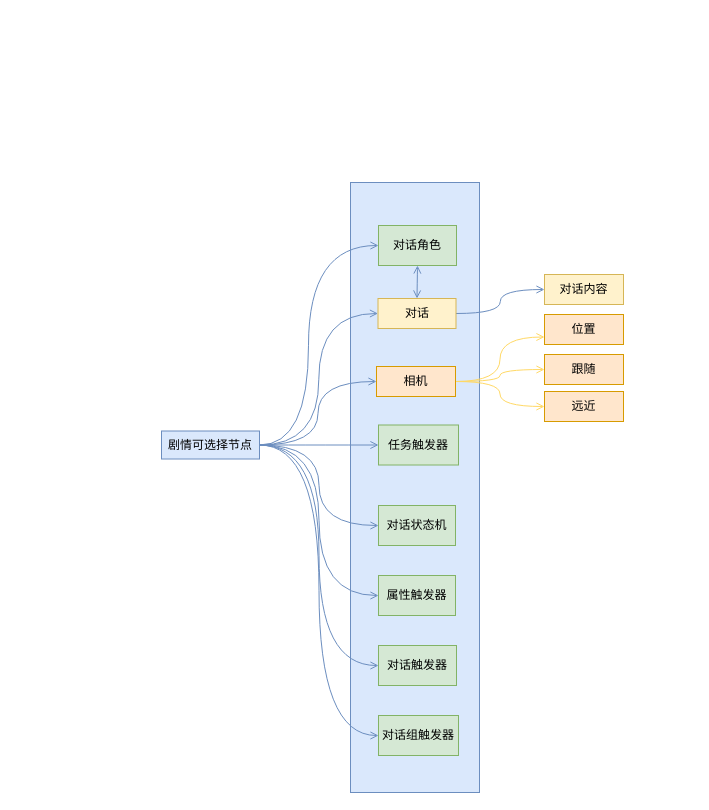
The draw.io diagram 剧情编辑器.drawio in Toma882/DrawIO, before the edit. Source tidied: cells renumbered, new cells numbered last; positions are measured from the earlier drawing's top-left corner, leaving out a move shared by most shapes. Both pictures are drawn from the tidied source at 100%, with x=0, y=0 at pixel (161, 182).
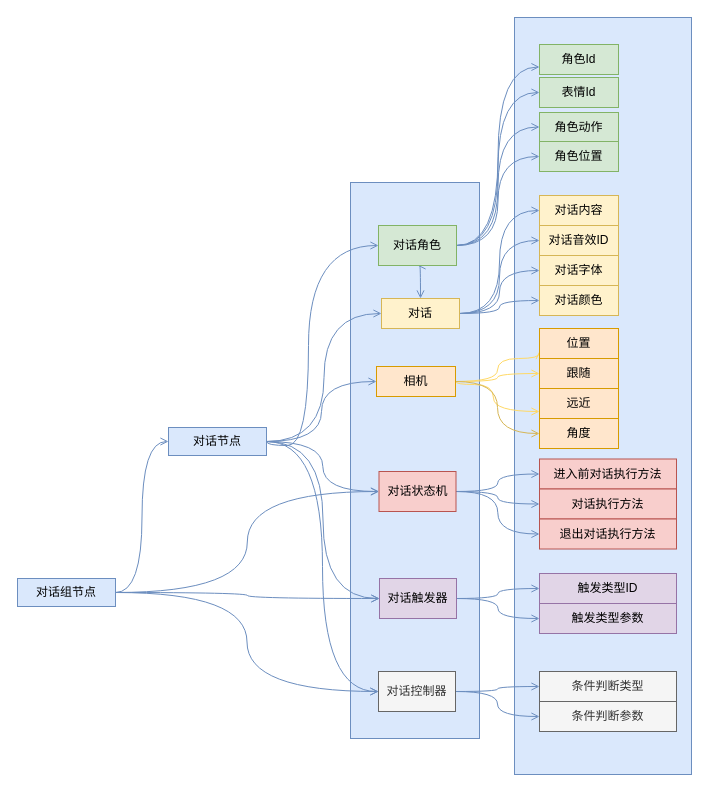
The same diagram, later.

Commit message (it also covers changes not shown here):
更新剧情编辑器.drawio

Unchanged cells that the change refers to:
```xml
<mxCell id="17" value="相机" style="whiteSpace=wrap;html=1;fillColor=#ffe6cc;strokeColor=#d79b00;" parent="1" vertex="1">
  <mxGeometry x="215" y="184" width="79" height="30" as="geometry" />
</mxCell>
<mxCell id="19" value="对话角色" style="whiteSpace=wrap;html=1;fillColor=#d5e8d4;strokeColor=#82b366;" parent="1" vertex="1">
  <mxGeometry x="217" y="43" width="78" height="40" as="geometry" />
</mxCell>
```

Diff of the diagram source:
```diff
@@
+    <mxCell id="29" style="whiteSpace=wrap;html=1;fontFamily=Helvetica;fontSize=12;labelBackgroundColor=default;strokeColor=#6c8ebf;fillColor=#dae8fc;" parent="1" vertex="1">
+      <mxGeometry x="353" y="-165" width="177" height="757" as="geometry" />
+    </mxCell>
     <mxCell id="2" style="whiteSpace=wrap;html=1;fontFamily=Helvetica;fontSize=12;labelBackgroundColor=default;strokeColor=#6c8ebf;fillColor=#dae8fc;" parent="1" vertex="1">
-      <mxGeometry x="189" width="129" height="610" as="geometry" />
+      <mxGeometry x="189" width="129" height="556" as="geometry" />
     </mxCell>
@@
-    <mxCell id="6" style="edgeStyle=orthogonalEdgeStyle;shape=connector;curved=1;rounded=0;jettySize=auto;html=1;exitX=1;exitY=0.5;exitDx=0;exitDy=0;entryX=0;entryY=0.5;entryDx=0;entryDy=0;strokeColor=#6C8EBF;align=center;verticalAlign=middle;fontFamily=Helvetica;fontSize=12;fontColor=default;labelBackgroundColor=default;startArrow=none;startFill=0;endArrow=open;endFill=0;flowAnimation=0;" parent="1" edge="1" source="11" target="22">
-      <mxGeometry relative="1" as="geometry" />
-    </mxCell>
@@
-    <mxCell id="8" style="edgeStyle=orthogonalEdgeStyle;shape=connector;curved=1;rounded=0;jettySize=auto;html=1;exitX=1;exitY=0.5;exitDx=0;exitDy=0;entryX=0;entryY=0.5;entryDx=0;entryDy=0;strokeColor=#6C8EBF;align=center;verticalAlign=middle;fontFamily=Helvetica;fontSize=12;fontColor=default;labelBackgroundColor=default;startArrow=none;startFill=0;endArrow=open;endFill=0;flowAnimation=0;" parent="1" edge="1" source="11" target="23">
-      <mxGeometry relative="1" as="geometry" />
-    </mxCell>
@@
-    <mxCell id="10" style="edgeStyle=orthogonalEdgeStyle;shape=connector;curved=1;rounded=0;jettySize=auto;html=1;exitX=1;exitY=0.5;exitDx=0;exitDy=0;entryX=0;entryY=0.5;entryDx=0;entryDy=0;strokeColor=#6C8EBF;align=center;verticalAlign=middle;fontFamily=Helvetica;fontSize=12;fontColor=default;labelBackgroundColor=default;startArrow=none;startFill=0;endArrow=open;endFill=0;flowAnimation=0;" parent="1" edge="1" source="11" target="24">
-      <mxGeometry relative="1" as="geometry" />
-    </mxCell>
+    <mxCell id="30" style="edgeStyle=orthogonalEdgeStyle;shape=connector;curved=1;rounded=0;jettySize=auto;html=1;exitX=1;exitY=0.5;exitDx=0;exitDy=0;entryX=0;entryY=0.5;entryDx=0;entryDy=0;strokeColor=#6C8EBF;align=center;verticalAlign=middle;fontFamily=Helvetica;fontSize=12;fontColor=default;labelBackgroundColor=default;startArrow=none;startFill=0;endArrow=open;endFill=0;flowAnimation=0;" parent="1" edge="1" source="11" target="46">
+      <mxGeometry relative="1" as="geometry" />
+    </mxCell>
-    <mxCell id="11" value="剧情可选择节点" style="whiteSpace=wrap;html=1;fillColor=#dae8fc;strokeColor=#6C8EBF;" parent="1" vertex="1">
-      <mxGeometry y="248.5" width="98" height="28" as="geometry" />
+    <mxCell id="11" value="对话节点" style="whiteSpace=wrap;html=1;fillColor=#dae8fc;strokeColor=#6C8EBF;" parent="1" vertex="1">
+      <mxGeometry x="7" y="245" width="98" height="28" as="geometry" />
     </mxCell>
@@
+    <mxCell id="31" style="edgeStyle=orthogonalEdgeStyle;shape=connector;curved=1;rounded=0;jettySize=auto;html=1;exitX=1;exitY=0.5;exitDx=0;exitDy=0;entryX=0;entryY=0.5;entryDx=0;entryDy=0;strokeColor=#6C8EBF;align=center;verticalAlign=middle;fontFamily=Helvetica;fontSize=12;fontColor=default;labelBackgroundColor=default;startArrow=none;startFill=0;endArrow=open;endFill=0;flowAnimation=0;" parent="1" edge="1" source="13" target="51">
+      <mxGeometry relative="1" as="geometry" />
+    </mxCell>
+    <mxCell id="32" style="edgeStyle=orthogonalEdgeStyle;shape=connector;curved=1;rounded=0;jettySize=auto;html=1;exitX=1;exitY=0.5;exitDx=0;exitDy=0;entryX=0;entryY=0.5;entryDx=0;entryDy=0;strokeColor=#6C8EBF;align=center;verticalAlign=middle;fontFamily=Helvetica;fontSize=12;fontColor=default;labelBackgroundColor=default;startArrow=none;startFill=0;endArrow=open;endFill=0;flowAnimation=0;" parent="1" edge="1" source="13" target="52">
+      <mxGeometry relative="1" as="geometry" />
+    </mxCell>
+    <mxCell id="33" style="edgeStyle=orthogonalEdgeStyle;shape=connector;curved=1;rounded=0;jettySize=auto;html=1;exitX=1;exitY=0.5;exitDx=0;exitDy=0;entryX=0;entryY=0.5;entryDx=0;entryDy=0;strokeColor=#6C8EBF;align=center;verticalAlign=middle;fontFamily=Helvetica;fontSize=12;fontColor=default;labelBackgroundColor=default;startArrow=none;startFill=0;endArrow=open;endFill=0;flowAnimation=0;" parent="1" edge="1" source="13" target="53">
+      <mxGeometry relative="1" as="geometry" />
+    </mxCell>
     <mxCell id="13" value="对话" style="whiteSpace=wrap;html=1;fillColor=#fff2cc;strokeColor=#d6b656;" parent="1" vertex="1">
-      <mxGeometry x="216.5" y="116" width="78" height="30" as="geometry" />
+      <mxGeometry x="220" y="116" width="78" height="30" as="geometry" />
     </mxCell>
     <mxCell id="14" style="edgeStyle=orthogonalEdgeStyle;shape=connector;curved=1;rounded=0;jettySize=auto;html=1;exitX=1;exitY=0.5;exitDx=0;exitDy=0;entryX=0;entryY=0.75;entryDx=0;entryDy=0;strokeColor=#FFD966;align=center;verticalAlign=middle;fontFamily=Helvetica;fontSize=12;fontColor=default;labelBackgroundColor=default;startArrow=none;startFill=0;endArrow=open;endFill=0;flowAnimation=0;" parent="1" edge="1" source="17" target="25">
-      <mxGeometry relative="1" as="geometry" />
+      <mxGeometry relative="1" as="geometry">
+        <Array as="points">
+          <mxPoint x="336" y="199" />
+          <mxPoint x="336" y="176" />
+        </Array>
+      </mxGeometry>
     </mxCell>
@@
     <mxCell id="16" style="edgeStyle=orthogonalEdgeStyle;shape=connector;curved=1;rounded=0;jettySize=auto;html=1;exitX=1;exitY=0.5;exitDx=0;exitDy=0;strokeColor=#FFD966;align=center;verticalAlign=middle;fontFamily=Helvetica;fontSize=12;fontColor=default;labelBackgroundColor=default;startArrow=none;startFill=0;endArrow=open;endFill=0;flowAnimation=0;" parent="1" edge="1" source="17" target="27">
-      <mxGeometry relative="1" as="geometry" />
+      <mxGeometry relative="1" as="geometry">
+        <Array as="points">
+          <mxPoint x="294" y="202" />
+          <mxPoint x="332" y="202" />
+          <mxPoint x="332" y="229" />
+        </Array>
+      </mxGeometry>
     </mxCell>
+    <mxCell id="34" style="edgeStyle=orthogonalEdgeStyle;shape=connector;curved=1;rounded=0;jettySize=auto;html=1;exitX=1;exitY=0.5;exitDx=0;exitDy=0;entryX=0;entryY=0.5;entryDx=0;entryDy=0;strokeColor=#D6B656;align=center;verticalAlign=middle;fontFamily=Helvetica;fontSize=12;fontColor=default;labelBackgroundColor=default;startArrow=none;startFill=0;endArrow=open;endFill=0;flowAnimation=0;fillColor=#fff2cc;" parent="1" edge="1" source="17" target="54">
+      <mxGeometry relative="1" as="geometry" />
+    </mxCell>
@@
+    <mxCell id="35" style="edgeStyle=orthogonalEdgeStyle;shape=connector;curved=1;rounded=0;jettySize=auto;html=1;exitX=1;exitY=0.5;exitDx=0;exitDy=0;entryX=0;entryY=0.5;entryDx=0;entryDy=0;strokeColor=#6C8EBF;align=center;verticalAlign=middle;fontFamily=Helvetica;fontSize=12;fontColor=default;labelBackgroundColor=default;startArrow=none;startFill=0;endArrow=open;endFill=0;flowAnimation=0;" parent="1" edge="1" source="19" target="47">
+      <mxGeometry relative="1" as="geometry" />
+    </mxCell>
+    <mxCell id="36" style="edgeStyle=orthogonalEdgeStyle;shape=connector;curved=1;rounded=0;jettySize=auto;html=1;exitX=1;exitY=0.5;exitDx=0;exitDy=0;entryX=0;entryY=0.5;entryDx=0;entryDy=0;strokeColor=#6C8EBF;align=center;verticalAlign=middle;fontFamily=Helvetica;fontSize=12;fontColor=default;labelBackgroundColor=default;startArrow=none;startFill=0;endArrow=open;endFill=0;flowAnimation=0;" parent="1" edge="1" source="19" target="50">
+      <mxGeometry relative="1" as="geometry" />
+    </mxCell>
+    <mxCell id="37" style="edgeStyle=orthogonalEdgeStyle;shape=connector;curved=1;rounded=0;jettySize=auto;html=1;exitX=1;exitY=0.5;exitDx=0;exitDy=0;entryX=0;entryY=0.75;entryDx=0;entryDy=0;strokeColor=#6C8EBF;align=center;verticalAlign=middle;fontFamily=Helvetica;fontSize=12;fontColor=default;labelBackgroundColor=default;startArrow=none;startFill=0;endArrow=open;endFill=0;flowAnimation=0;" parent="1" edge="1" source="19" target="48">
+      <mxGeometry relative="1" as="geometry" />
+    </mxCell>
+    <mxCell id="38" style="edgeStyle=orthogonalEdgeStyle;shape=connector;curved=1;rounded=0;jettySize=auto;html=1;exitX=1;exitY=0.5;exitDx=0;exitDy=0;entryX=0;entryY=0.5;entryDx=0;entryDy=0;strokeColor=#6C8EBF;align=center;verticalAlign=middle;fontFamily=Helvetica;fontSize=12;fontColor=default;labelBackgroundColor=default;startArrow=none;startFill=0;endArrow=open;endFill=0;flowAnimation=0;" parent="1" edge="1" source="19" target="49">
+      <mxGeometry relative="1" as="geometry" />
+    </mxCell>
@@
+    <mxCell id="39" style="edgeStyle=orthogonalEdgeStyle;shape=connector;curved=1;rounded=0;jettySize=auto;html=1;exitX=1;exitY=0.5;exitDx=0;exitDy=0;entryX=0;entryY=0.5;entryDx=0;entryDy=0;strokeColor=#6C8EBF;align=center;verticalAlign=middle;fontFamily=Helvetica;fontSize=12;fontColor=default;labelBackgroundColor=default;startArrow=none;startFill=0;endArrow=open;endFill=0;flowAnimation=0;" parent="1" edge="1" source="20" target="55">
+      <mxGeometry relative="1" as="geometry" />
+    </mxCell>
+    <mxCell id="40" style="edgeStyle=orthogonalEdgeStyle;shape=connector;curved=1;rounded=0;jettySize=auto;html=1;exitX=1;exitY=0.5;exitDx=0;exitDy=0;entryX=0;entryY=0.5;entryDx=0;entryDy=0;strokeColor=#6C8EBF;align=center;verticalAlign=middle;fontFamily=Helvetica;fontSize=12;fontColor=default;labelBackgroundColor=default;startArrow=none;startFill=0;endArrow=open;endFill=0;flowAnimation=0;" parent="1" edge="1" source="20" target="56">
+      <mxGeometry relative="1" as="geometry" />
+    </mxCell>
+    <mxCell id="41" style="edgeStyle=orthogonalEdgeStyle;shape=connector;curved=1;rounded=0;jettySize=auto;html=1;exitX=1;exitY=0.5;exitDx=0;exitDy=0;entryX=0;entryY=0.5;entryDx=0;entryDy=0;strokeColor=#6C8EBF;align=center;verticalAlign=middle;fontFamily=Helvetica;fontSize=12;fontColor=default;labelBackgroundColor=default;startArrow=none;startFill=0;endArrow=open;endFill=0;flowAnimation=0;" parent="1" edge="1" source="20" target="57">
+      <mxGeometry relative="1" as="geometry" />
+    </mxCell>
-    <mxCell id="20" value="对话状态机" style="whiteSpace=wrap;html=1;fillColor=#d5e8d4;strokeColor=#82b366;" parent="1" vertex="1">
-      <mxGeometry x="217" y="323" width="77" height="40" as="geometry" />
+    <mxCell id="20" value="对话状态机" style="whiteSpace=wrap;html=1;fillColor=#f8cecc;strokeColor=#b85450;" parent="1" vertex="1">
+      <mxGeometry x="217.5" y="289" width="77" height="40" as="geometry" />
     </mxCell>
-    <mxCell id="21" value="对话触发器" style="whiteSpace=wrap;html=1;fillColor=#d5e8d4;strokeColor=#82b366;" parent="1" vertex="1">
-      <mxGeometry x="217" y="463" width="78" height="40" as="geometry" />
-    </mxCell>
-    <mxCell id="22" value="任务触发器" style="whiteSpace=wrap;html=1;fillColor=#d5e8d4;strokeColor=#82b366;" parent="1" vertex="1">
-      <mxGeometry x="217" y="242.5" width="80" height="40" as="geometry" />
-    </mxCell>
-    <mxCell id="23" value="属性触发器" style="whiteSpace=wrap;html=1;fillColor=#d5e8d4;strokeColor=#82b366;" parent="1" vertex="1">
-      <mxGeometry x="217" y="393" width="77" height="40" as="geometry" />
-    </mxCell>
-    <mxCell id="24" value="对话组触发器" style="whiteSpace=wrap;html=1;fillColor=#d5e8d4;strokeColor=#82b366;" parent="1" vertex="1">
-      <mxGeometry x="217" y="533" width="80" height="40" as="geometry" />
-    </mxCell>
     <mxCell id="25" value="位置" style="whiteSpace=wrap;html=1;fillColor=#ffe6cc;strokeColor=#d79b00;" parent="1" vertex="1">
-      <mxGeometry x="383" y="132" width="79" height="30" as="geometry" />
+      <mxGeometry x="378" y="146" width="79" height="30" as="geometry" />
     </mxCell>
     <mxCell id="26" value="跟随" style="whiteSpace=wrap;html=1;fillColor=#ffe6cc;strokeColor=#d79b00;" parent="1" vertex="1">
-      <mxGeometry x="383" y="172" width="79" height="30" as="geometry" />
+      <mxGeometry x="378" y="176" width="79" height="30" as="geometry" />
     </mxCell>
     <mxCell id="27" value="远近" style="whiteSpace=wrap;html=1;fillColor=#ffe6cc;strokeColor=#d79b00;" parent="1" vertex="1">
-      <mxGeometry x="383" y="209" width="79" height="30" as="geometry" />
+      <mxGeometry x="378" y="206" width="79" height="30" as="geometry" />
     </mxCell>
     <mxCell id="28" value="对话内容" style="whiteSpace=wrap;html=1;fillColor=#fff2cc;strokeColor=#d6b656;" parent="1" vertex="1">
-      <mxGeometry x="383" y="92" width="79" height="30" as="geometry" />
+      <mxGeometry x="378" y="13" width="79" height="30" as="geometry" />
     </mxCell>
+    <mxCell id="42" style="edgeStyle=orthogonalEdgeStyle;shape=connector;curved=1;rounded=0;jettySize=auto;html=1;exitX=1;exitY=0.5;exitDx=0;exitDy=0;entryX=0;entryY=0.5;entryDx=0;entryDy=0;strokeColor=#6C8EBF;align=center;verticalAlign=middle;fontFamily=Helvetica;fontSize=12;fontColor=default;labelBackgroundColor=default;startArrow=none;startFill=0;endArrow=open;endFill=0;flowAnimation=0;" parent="1" edge="1" source="21" target="58">
+      <mxGeometry relative="1" as="geometry" />
+    </mxCell>
+    <mxCell id="43" style="edgeStyle=orthogonalEdgeStyle;shape=connector;curved=1;rounded=0;jettySize=auto;html=1;exitX=1;exitY=0.5;exitDx=0;exitDy=0;entryX=0;entryY=0.5;entryDx=0;entryDy=0;strokeColor=#6C8EBF;align=center;verticalAlign=middle;fontFamily=Helvetica;fontSize=12;fontColor=default;labelBackgroundColor=default;startArrow=none;startFill=0;endArrow=open;endFill=0;flowAnimation=0;" parent="1" edge="1" source="21" target="59">
+      <mxGeometry relative="1" as="geometry" />
+    </mxCell>
+    <mxCell id="21" value="对话触发器" style="whiteSpace=wrap;html=1;fillColor=#e1d5e7;strokeColor=#9673a6;" parent="1" vertex="1">
+      <mxGeometry x="218" y="396" width="77" height="40" as="geometry" />
+    </mxCell>
+    <mxCell id="44" style="edgeStyle=orthogonalEdgeStyle;shape=connector;curved=1;rounded=0;jettySize=auto;html=1;exitX=1;exitY=0.5;exitDx=0;exitDy=0;entryX=0;entryY=0.5;entryDx=0;entryDy=0;strokeColor=#6C8EBF;align=center;verticalAlign=middle;fontFamily=Helvetica;fontSize=12;fontColor=default;labelBackgroundColor=default;startArrow=none;startFill=0;endArrow=open;endFill=0;flowAnimation=0;" parent="1" edge="1" source="46" target="60">
+      <mxGeometry relative="1" as="geometry" />
+    </mxCell>
+    <mxCell id="45" style="edgeStyle=orthogonalEdgeStyle;shape=connector;curved=1;rounded=0;jettySize=auto;html=1;exitX=1;exitY=0.5;exitDx=0;exitDy=0;entryX=0;entryY=0.5;entryDx=0;entryDy=0;strokeColor=#6C8EBF;align=center;verticalAlign=middle;fontFamily=Helvetica;fontSize=12;fontColor=default;labelBackgroundColor=default;startArrow=none;startFill=0;endArrow=open;endFill=0;flowAnimation=0;" parent="1" edge="1" source="46" target="61">
+      <mxGeometry relative="1" as="geometry" />
+    </mxCell>
+    <mxCell id="46" value="对话控制器" style="whiteSpace=wrap;html=1;fillColor=#f5f5f5;strokeColor=#666666;fontColor=#333333;" parent="1" vertex="1">
+      <mxGeometry x="217" y="489" width="77" height="40" as="geometry" />
+    </mxCell>
+    <mxCell id="47" value="表情Id" style="whiteSpace=wrap;html=1;fillColor=#d5e8d4;strokeColor=#82b366;" parent="1" vertex="1">
+      <mxGeometry x="378" y="-105" width="79" height="30" as="geometry" />
+    </mxCell>
+    <mxCell id="48" value="角色Id" style="whiteSpace=wrap;html=1;fillColor=#d5e8d4;strokeColor=#82b366;" parent="1" vertex="1">
+      <mxGeometry x="378" y="-138" width="79" height="30" as="geometry" />
+    </mxCell>
+    <mxCell id="49" value="角色动作" style="whiteSpace=wrap;html=1;fillColor=#d5e8d4;strokeColor=#82b366;" parent="1" vertex="1">
+      <mxGeometry x="378" y="-70" width="79" height="29" as="geometry" />
+    </mxCell>
+    <mxCell id="50" value="角色位置" style="whiteSpace=wrap;html=1;fillColor=#d5e8d4;strokeColor=#82b366;" parent="1" vertex="1">
+      <mxGeometry x="378" y="-41" width="79" height="30" as="geometry" />
+    </mxCell>
+    <mxCell id="51" value="对话音效ID" style="whiteSpace=wrap;html=1;fillColor=#fff2cc;strokeColor=#d6b656;" parent="1" vertex="1">
+      <mxGeometry x="378" y="43" width="79" height="30" as="geometry" />
+    </mxCell>
+    <mxCell id="52" value="对话字体" style="whiteSpace=wrap;html=1;fillColor=#fff2cc;strokeColor=#d6b656;" parent="1" vertex="1">
+      <mxGeometry x="378" y="73" width="79" height="30" as="geometry" />
+    </mxCell>
+    <mxCell id="53" value="对话颜色" style="whiteSpace=wrap;html=1;fillColor=#fff2cc;strokeColor=#d6b656;" parent="1" vertex="1">
+      <mxGeometry x="378" y="103" width="79" height="30" as="geometry" />
+    </mxCell>
+    <mxCell id="54" value="角度" style="whiteSpace=wrap;html=1;fillColor=#ffe6cc;strokeColor=#d79b00;" parent="1" vertex="1">
+      <mxGeometry x="378" y="236" width="79" height="30" as="geometry" />
+    </mxCell>
+    <mxCell id="55" value="进入前对话执行方法" style="whiteSpace=wrap;html=1;fillColor=#f8cecc;strokeColor=#b85450;" parent="1" vertex="1">
+      <mxGeometry x="378" y="276.5" width="137" height="30" as="geometry" />
+    </mxCell>
+    <mxCell id="56" value="对话执行方法" style="whiteSpace=wrap;html=1;fillColor=#f8cecc;strokeColor=#b85450;" parent="1" vertex="1">
+      <mxGeometry x="378" y="306.5" width="137" height="30" as="geometry" />
+    </mxCell>
+    <mxCell id="57" value="退出对话执行方法" style="whiteSpace=wrap;html=1;fillColor=#f8cecc;strokeColor=#b85450;" parent="1" vertex="1">
+      <mxGeometry x="378" y="336.5" width="137" height="30" as="geometry" />
+    </mxCell>
+    <mxCell id="58" value="触发类型ID" style="whiteSpace=wrap;html=1;fillColor=#e1d5e7;strokeColor=#9673a6;" parent="1" vertex="1">
+      <mxGeometry x="378" y="391" width="137" height="30" as="geometry" />
+    </mxCell>
+    <mxCell id="59" value="触发类型参数" style="whiteSpace=wrap;html=1;fillColor=#e1d5e7;strokeColor=#9673a6;" parent="1" vertex="1">
+      <mxGeometry x="378" y="421" width="137" height="30" as="geometry" />
+    </mxCell>
+    <mxCell id="60" value="条件判断类型" style="whiteSpace=wrap;html=1;fillColor=#f5f5f5;strokeColor=#666666;fontColor=#333333;" parent="1" vertex="1">
+      <mxGeometry x="378" y="489" width="137" height="30" as="geometry" />
+    </mxCell>
+    <mxCell id="61" value="条件判断参数" style="whiteSpace=wrap;html=1;fillColor=#f5f5f5;strokeColor=#666666;fontColor=#333333;" parent="1" vertex="1">
+      <mxGeometry x="378" y="519" width="137" height="30" as="geometry" />
+    </mxCell>
+    <mxCell id="62" style="edgeStyle=orthogonalEdgeStyle;shape=connector;curved=1;rounded=0;jettySize=auto;html=1;exitX=1;exitY=0.5;exitDx=0;exitDy=0;entryX=0;entryY=0.5;entryDx=0;entryDy=0;strokeColor=#6C8EBF;align=center;verticalAlign=middle;fontFamily=Helvetica;fontSize=12;fontColor=default;labelBackgroundColor=default;startArrow=none;startFill=0;endArrow=open;endFill=0;flowAnimation=0;" parent="1" edge="1" source="66" target="20">
+      <mxGeometry relative="1" as="geometry" />
+    </mxCell>
+    <mxCell id="63" style="edgeStyle=orthogonalEdgeStyle;shape=connector;curved=1;rounded=0;jettySize=auto;html=1;exitX=1;exitY=0.5;exitDx=0;exitDy=0;entryX=0;entryY=0.5;entryDx=0;entryDy=0;strokeColor=#6C8EBF;align=center;verticalAlign=middle;fontFamily=Helvetica;fontSize=12;fontColor=default;labelBackgroundColor=default;startArrow=none;startFill=0;endArrow=open;endFill=0;flowAnimation=0;" parent="1" edge="1" source="66" target="21">
+      <mxGeometry relative="1" as="geometry" />
+    </mxCell>
+    <mxCell id="64" style="edgeStyle=orthogonalEdgeStyle;shape=connector;curved=1;rounded=0;jettySize=auto;html=1;exitX=1;exitY=0.5;exitDx=0;exitDy=0;entryX=0;entryY=0.5;entryDx=0;entryDy=0;strokeColor=#6C8EBF;align=center;verticalAlign=middle;fontFamily=Helvetica;fontSize=12;fontColor=default;labelBackgroundColor=default;startArrow=none;startFill=0;endArrow=open;endFill=0;flowAnimation=0;" parent="1" edge="1" source="66" target="46">
+      <mxGeometry relative="1" as="geometry" />
+    </mxCell>
+    <mxCell id="65" style="edgeStyle=orthogonalEdgeStyle;shape=connector;curved=1;rounded=0;jettySize=auto;html=1;exitX=1;exitY=0.5;exitDx=0;exitDy=0;entryX=0;entryY=0.5;entryDx=0;entryDy=0;strokeColor=#6C8EBF;align=center;verticalAlign=middle;fontFamily=Helvetica;fontSize=12;fontColor=default;labelBackgroundColor=default;startArrow=none;startFill=0;endArrow=open;endFill=0;flowAnimation=0;" parent="1" edge="1" source="66" target="11">
+      <mxGeometry relative="1" as="geometry" />
+    </mxCell>
+    <mxCell id="66" value="对话组节点" style="whiteSpace=wrap;html=1;fillColor=#dae8fc;strokeColor=#6C8EBF;" parent="1" vertex="1">
+      <mxGeometry x="-144" y="396" width="98" height="28" as="geometry" />
+    </mxCell>
```
